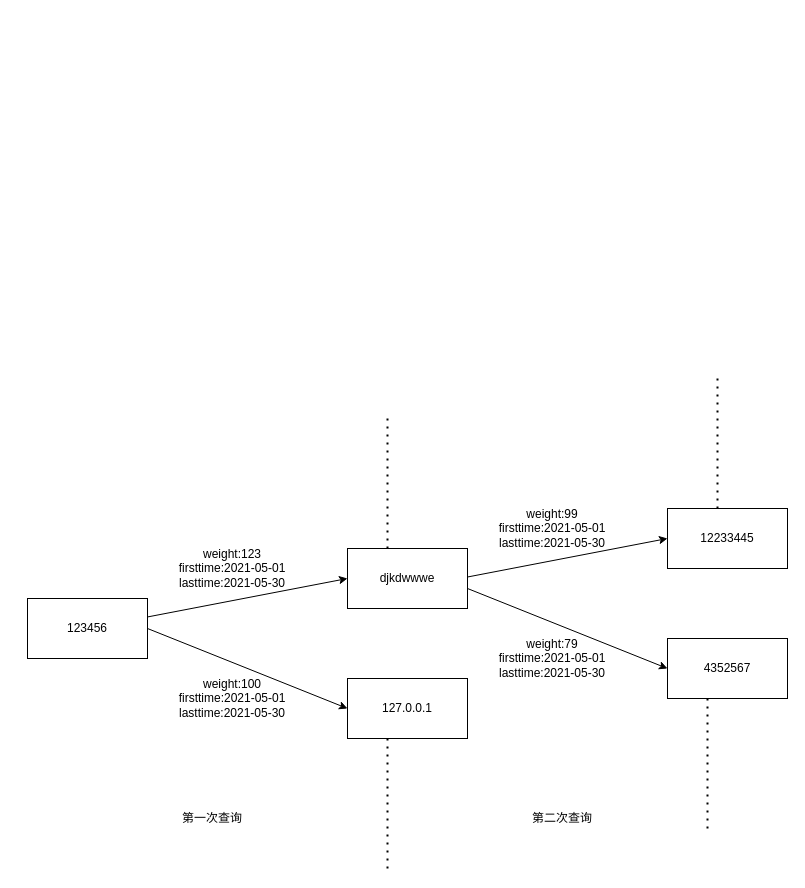
The draw.io diagram page "Page-2" (2 of 2) of 用户画像.drawio in Kang-Shawn/Excellent-life, before the edit. Source tidied: cells renumbered, new cells numbered last; positions are measured from the earlier drawing's top-left corner, leaving out a move shared by most shapes. Both pictures are drawn from the tidied source at 100%, with x=0, y=0 at pixel (27, 378).
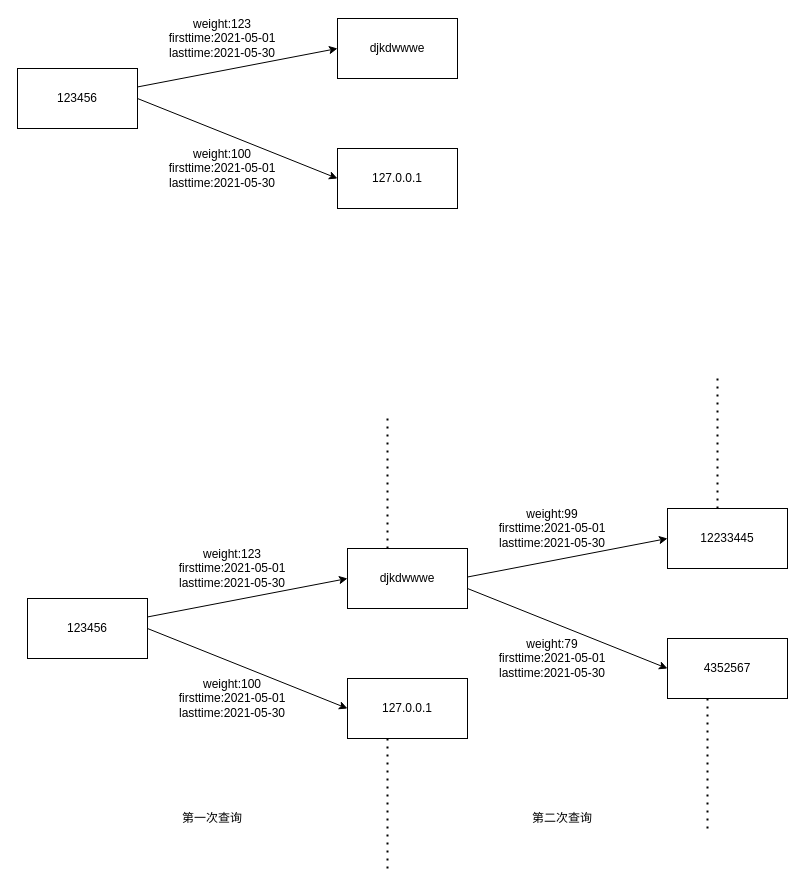
After the change.

The edit, as a diff of the source:
```diff
@@
+    <mxCell id="21" style="rounded=0;jettySize=auto;html=1;entryX=0;entryY=0.5;entryDx=0;entryDy=0;" parent="1" edge="1" source="22" target="23">
+      <mxGeometry relative="1" as="geometry" />
+    </mxCell>
+    <mxCell id="22" value="123456" style="rounded=0;whiteSpace=wrap;html=1;" parent="1" vertex="1">
+      <mxGeometry x="-10" y="-310" width="120" height="60" as="geometry" />
+    </mxCell>
+    <mxCell id="23" value="djkdwwwe" style="rounded=0;whiteSpace=wrap;html=1;" parent="1" vertex="1">
+      <mxGeometry x="310" y="-360" width="120" height="60" as="geometry" />
+    </mxCell>
+    <mxCell id="24" value="weight:123&lt;br&gt;firsttime:2021-05-01&lt;br&gt;lasttime:2021-05-30" style="text;html=1;strokeColor=none;fillColor=none;align=center;verticalAlign=middle;whiteSpace=wrap;rounded=0;" parent="1" vertex="1">
+      <mxGeometry x="140" y="-350" width="110" height="20" as="geometry" />
+    </mxCell>
+    <mxCell id="25" style="rounded=0;jettySize=auto;html=1;entryX=0;entryY=0.5;entryDx=0;entryDy=0;exitX=1;exitY=0.5;exitDx=0;exitDy=0;" parent="1" edge="1" source="22" target="26">
+      <mxGeometry relative="1" as="geometry" />
+    </mxCell>
+    <mxCell id="26" value="127.0.0.1" style="rounded=0;whiteSpace=wrap;html=1;" parent="1" vertex="1">
+      <mxGeometry x="310" y="-230" width="120" height="60" as="geometry" />
+    </mxCell>
+    <mxCell id="27" value="weight:100&lt;br&gt;firsttime:2021-05-01&lt;br&gt;lasttime:2021-05-30" style="text;html=1;strokeColor=none;fillColor=none;align=center;verticalAlign=middle;whiteSpace=wrap;rounded=0;" parent="1" vertex="1">
+      <mxGeometry x="140" y="-230" width="110" height="40" as="geometry" />
+    </mxCell>
```
